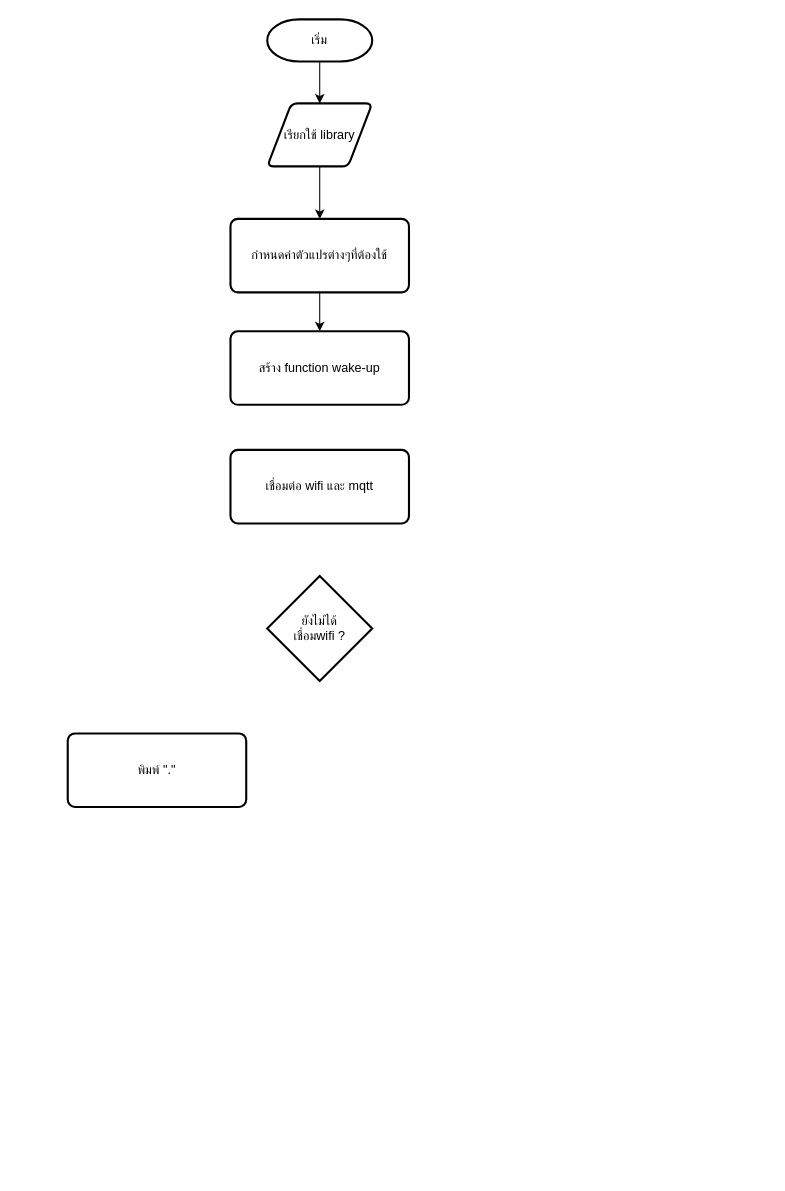
The draw.io diagram Untitled Diagram.drawio in ItsPatthanan/ENGCE122-Project, before the edit. Source tidied: cells renumbered, new cells numbered last; positions are measured from the earlier drawing's top-left corner, leaving out a move shared by most shapes. Both pictures are drawn from the tidied source at 105%, with x=0, y=0 at pixel (67, 19).
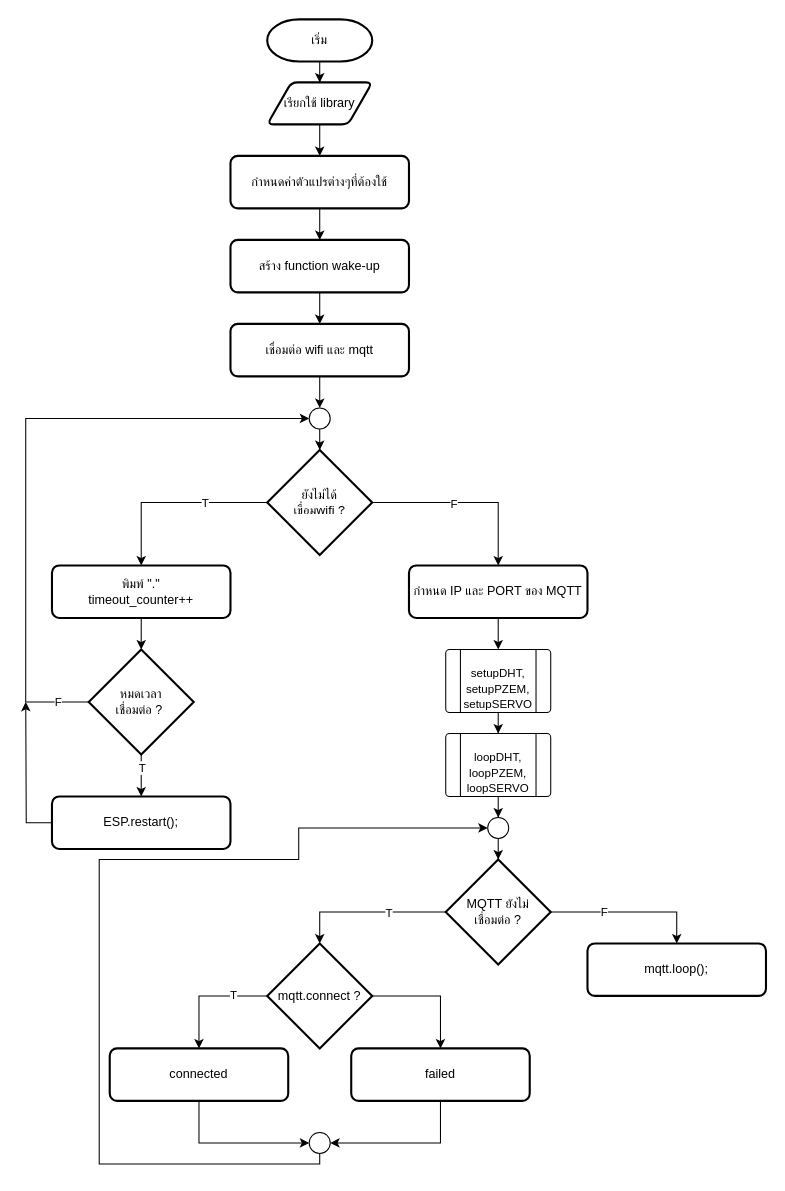
After the change.

The edit, as a diff of the source:
```diff
@@
     <mxCell id="5" value="เรียกใช้&amp;nbsp;library" style="shape=parallelogram;html=1;strokeWidth=2;perimeter=parallelogramPerimeter;whiteSpace=wrap;rounded=1;arcSize=12;size=0.23;" parent="1" vertex="1">
-      <mxGeometry x="190" y="80" width="100" height="60" as="geometry" />
+      <mxGeometry x="190" y="60" width="100" height="40" as="geometry" />
     </mxCell>
@@
     <mxCell id="7" value="กำหนดค่าตัวแปรต่างๆที่ต้องใช้" style="rounded=1;whiteSpace=wrap;html=1;absoluteArcSize=1;arcSize=14;strokeWidth=2;" parent="1" vertex="1">
-      <mxGeometry x="155" y="190" width="170" height="70" as="geometry" />
+      <mxGeometry x="155" y="130" width="170" height="50" as="geometry" />
     </mxCell>
+    <mxCell id="12" style="edgeStyle=orthogonalEdgeStyle;rounded=0;jettySize=auto;html=1;" parent="1" edge="1" source="8" target="9">
+      <mxGeometry relative="1" as="geometry" />
+    </mxCell>
     <mxCell id="8" value="สร้าง function wake-up" style="rounded=1;whiteSpace=wrap;html=1;absoluteArcSize=1;arcSize=14;strokeWidth=2;" parent="1" vertex="1">
-      <mxGeometry x="155" y="297" width="170" height="70" as="geometry" />
+      <mxGeometry x="155" y="210" width="170" height="50" as="geometry" />
     </mxCell>
+    <mxCell id="13" style="edgeStyle=orthogonalEdgeStyle;rounded=0;jettySize=auto;html=1;" parent="1" edge="1" source="9" target="27">
+      <mxGeometry relative="1" as="geometry" />
+    </mxCell>
     <mxCell id="9" value="เชื่อมต่อ wifi และ mqtt" style="rounded=1;whiteSpace=wrap;html=1;absoluteArcSize=1;arcSize=14;strokeWidth=2;" parent="1" vertex="1">
-      <mxGeometry x="155" y="410" width="170" height="70" as="geometry" />
+      <mxGeometry x="155" y="290" width="170" height="50" as="geometry" />
     </mxCell>
+    <mxCell id="14" style="edgeStyle=orthogonalEdgeStyle;rounded=0;jettySize=auto;html=1;exitX=0;exitY=0.5;exitDx=0;exitDy=0;exitPerimeter=0;entryX=0.5;entryY=0;entryDx=0;entryDy=0;" parent="1" edge="1" source="10" target="11">
+      <mxGeometry relative="1" as="geometry" />
+    </mxCell>
+    <mxCell id="15" value="T" style="edgeLabel;html=1;align=center;verticalAlign=middle;" parent="14" vertex="1">
+      <mxGeometry x="-0.6" y="1" relative="1" as="geometry">
+        <mxPoint x="-24" y="-1" as="offset" />
+      </mxGeometry>
+    </mxCell>
+    <mxCell id="16" style="edgeStyle=orthogonalEdgeStyle;rounded=0;jettySize=auto;html=1;entryX=0.5;entryY=0;entryDx=0;entryDy=0;" parent="1" edge="1" source="10" target="29">
+      <mxGeometry relative="1" as="geometry" />
+    </mxCell>
+    <mxCell id="17" value="F" style="edgeLabel;html=1;align=center;verticalAlign=middle;" parent="16" vertex="1">
+      <mxGeometry x="-0.14" y="-1" relative="1" as="geometry" />
+    </mxCell>
     <mxCell id="10" value="ยังไม่ได้&lt;br&gt;เชื่อมwifi ?" style="strokeWidth=2;html=1;shape=mxgraph.flowchart.decision;whiteSpace=wrap;" parent="1" vertex="1">
-      <mxGeometry x="190" y="530" width="100" height="100" as="geometry" />
+      <mxGeometry x="190" y="410" width="100" height="100" as="geometry" />
     </mxCell>
+    <mxCell id="18" style="edgeStyle=orthogonalEdgeStyle;rounded=0;jettySize=auto;html=1;" parent="1" edge="1" source="11" target="23">
+      <mxGeometry relative="1" as="geometry" />
+    </mxCell>
-    <mxCell id="11" value="พิมพ์ &quot;.&quot;" style="rounded=1;whiteSpace=wrap;html=1;absoluteArcSize=1;arcSize=14;strokeWidth=2;" parent="1" vertex="1">
-      <mxGeometry y="680" width="170" height="70" as="geometry" />
+    <mxCell id="11" value="พิมพ์ &quot;.&quot;&lt;br&gt;timeout_counter++" style="rounded=1;whiteSpace=wrap;html=1;absoluteArcSize=1;arcSize=14;strokeWidth=2;" parent="1" vertex="1">
+      <mxGeometry x="-15" y="520" width="170" height="50" as="geometry" />
     </mxCell>
+    <mxCell id="19" style="edgeStyle=orthogonalEdgeStyle;rounded=0;jettySize=auto;html=1;" parent="1" edge="1" source="23" target="25">
+      <mxGeometry relative="1" as="geometry" />
+    </mxCell>
+    <mxCell id="20" value="T" style="edgeLabel;html=1;align=center;verticalAlign=middle;" parent="19" vertex="1">
+      <mxGeometry x="-0.39" y="1" relative="1" as="geometry">
+        <mxPoint x="-1" as="offset" />
+      </mxGeometry>
+    </mxCell>
+    <mxCell id="21" style="edgeStyle=orthogonalEdgeStyle;rounded=0;jettySize=auto;html=1;entryX=0;entryY=0.5;entryDx=0;entryDy=0;entryPerimeter=0;exitX=0;exitY=0.5;exitDx=0;exitDy=0;exitPerimeter=0;" parent="1" edge="1" source="23" target="27">
+      <mxGeometry relative="1" as="geometry">
+        <Array as="points">
+          <mxPoint x="-40" y="650" />
+          <mxPoint x="-40" y="380" />
+        </Array>
+      </mxGeometry>
+    </mxCell>
+    <mxCell id="22" value="F" style="edgeLabel;html=1;align=center;verticalAlign=middle;" parent="21" vertex="1">
+      <mxGeometry x="-0.9" y="-1" relative="1" as="geometry" />
+    </mxCell>
+    <mxCell id="23" value="หมดเวลา&lt;br&gt;เชื่อมต่อ ?&amp;nbsp;" style="strokeWidth=2;html=1;shape=mxgraph.flowchart.decision;whiteSpace=wrap;" parent="1" vertex="1">
+      <mxGeometry x="20" y="600" width="100" height="100" as="geometry" />
+    </mxCell>
+    <mxCell id="24" style="edgeStyle=orthogonalEdgeStyle;rounded=0;jettySize=auto;html=1;" parent="1" edge="1" source="25">
+      <mxGeometry relative="1" as="geometry">
+        <mxPoint x="-40" y="650" as="targetPoint" />
+      </mxGeometry>
+    </mxCell>
+    <mxCell id="25" value="ESP.restart();" style="rounded=1;whiteSpace=wrap;html=1;absoluteArcSize=1;arcSize=14;strokeWidth=2;" parent="1" vertex="1">
+      <mxGeometry x="-15" y="740" width="170" height="50" as="geometry" />
+    </mxCell>
+    <mxCell id="26" style="edgeStyle=orthogonalEdgeStyle;rounded=0;jettySize=auto;html=1;" parent="1" edge="1" source="27" target="10">
+      <mxGeometry relative="1" as="geometry" />
+    </mxCell>
+    <mxCell id="27" style="verticalLabelPosition=bottom;verticalAlign=top;html=1;shape=mxgraph.flowchart.on-page_reference;" parent="1" vertex="1">
+      <mxGeometry x="230" y="370" width="20" height="20" as="geometry" />
+    </mxCell>
+    <mxCell id="28" style="edgeStyle=orthogonalEdgeStyle;rounded=0;jettySize=auto;html=1;" parent="1" edge="1" source="29" target="32">
+      <mxGeometry relative="1" as="geometry" />
+    </mxCell>
+    <mxCell id="29" value="กำหนด IP และ PORT ของ MQTT" style="rounded=1;whiteSpace=wrap;html=1;absoluteArcSize=1;arcSize=14;strokeWidth=2;" parent="1" vertex="1">
+      <mxGeometry x="325" y="520" width="170" height="50" as="geometry" />
+    </mxCell>
+    <mxCell id="30" style="edgeStyle=orthogonalEdgeStyle;rounded=0;jettySize=auto;html=1;" parent="1" edge="1" source="31" target="35">
+      <mxGeometry relative="1" as="geometry" />
+    </mxCell>
+    <mxCell id="31" style="verticalLabelPosition=bottom;verticalAlign=top;html=1;shape=process;whiteSpace=wrap;rounded=1;size=0.14;arcSize=6;" parent="1" vertex="1">
+      <mxGeometry x="360" y="600" width="100" height="60" as="geometry" />
+    </mxCell>
+    <mxCell id="32" value="&lt;font style=&quot;font-size: 11px;&quot;&gt;&lt;br style=&quot;border-color: var(--border-color);&quot;&gt;&lt;span style=&quot;border-color: var(--border-color);&quot;&gt;setupDHT,&lt;/span&gt;&lt;br style=&quot;border-color: var(--border-color);&quot;&gt;&lt;span style=&quot;border-color: var(--border-color);&quot;&gt;setupPZEM,&lt;/span&gt;&lt;br style=&quot;border-color: var(--border-color);&quot;&gt;&lt;span style=&quot;border-color: var(--border-color);&quot;&gt;setupSERVO&lt;/span&gt;&lt;/font&gt;" style="text;strokeColor=none;align=center;fillColor=none;html=1;verticalAlign=middle;whiteSpace=wrap;rounded=0;" parent="1" vertex="1">
+      <mxGeometry x="375" y="600" width="70" height="60" as="geometry" />
+    </mxCell>
+    <mxCell id="33" style="verticalLabelPosition=bottom;verticalAlign=top;html=1;shape=process;whiteSpace=wrap;rounded=1;size=0.14;arcSize=6;" parent="1" vertex="1">
+      <mxGeometry x="360" y="680" width="100" height="60" as="geometry" />
+    </mxCell>
+    <mxCell id="34" style="edgeStyle=orthogonalEdgeStyle;rounded=0;jettySize=auto;html=1;" parent="1" edge="1" source="52" target="38">
+      <mxGeometry relative="1" as="geometry" />
+    </mxCell>
+    <mxCell id="35" value="&lt;font style=&quot;font-size: 11px;&quot;&gt;&lt;br style=&quot;border-color: var(--border-color);&quot;&gt;&lt;span style=&quot;border-color: var(--border-color);&quot;&gt;loopDHT,&lt;/span&gt;&lt;br style=&quot;border-color: var(--border-color);&quot;&gt;&lt;span style=&quot;border-color: var(--border-color);&quot;&gt;loopPZEM,&lt;/span&gt;&lt;br style=&quot;border-color: var(--border-color);&quot;&gt;&lt;span style=&quot;border-color: var(--border-color);&quot;&gt;loopSERVO&lt;/span&gt;&lt;/font&gt;" style="text;strokeColor=none;align=center;fillColor=none;html=1;verticalAlign=middle;whiteSpace=wrap;rounded=0;" parent="1" vertex="1">
+      <mxGeometry x="375" y="680" width="70" height="60" as="geometry" />
+    </mxCell>
+    <mxCell id="36" style="edgeStyle=orthogonalEdgeStyle;rounded=0;jettySize=auto;html=1;exitX=1;exitY=0.5;exitDx=0;exitDy=0;exitPerimeter=0;entryX=0.5;entryY=0;entryDx=0;entryDy=0;" parent="1" edge="1" source="38" target="39">
+      <mxGeometry relative="1" as="geometry" />
+    </mxCell>
+    <mxCell id="37" value="F" style="edgeLabel;html=1;align=center;verticalAlign=middle;" parent="36" vertex="1">
+      <mxGeometry x="-0.33" y="1" relative="1" as="geometry" />
+    </mxCell>
+    <mxCell id="38" value="MQTT ยังไม่&lt;br&gt;เชื่อมต่อ ?" style="strokeWidth=2;html=1;shape=mxgraph.flowchart.decision;whiteSpace=wrap;" parent="1" vertex="1">
+      <mxGeometry x="360" y="800" width="100" height="100" as="geometry" />
+    </mxCell>
+    <mxCell id="39" value="mqtt.loop();" style="rounded=1;whiteSpace=wrap;html=1;absoluteArcSize=1;arcSize=14;strokeWidth=2;" parent="1" vertex="1">
+      <mxGeometry x="495" y="880" width="170" height="50" as="geometry" />
+    </mxCell>
+    <mxCell id="40" style="edgeStyle=orthogonalEdgeStyle;rounded=0;jettySize=auto;html=1;entryX=0.5;entryY=0;entryDx=0;entryDy=0;" parent="1" edge="1" source="43" target="46">
+      <mxGeometry relative="1" as="geometry">
+        <Array as="points">
+          <mxPoint x="125" y="930" />
+        </Array>
+      </mxGeometry>
+    </mxCell>
+    <mxCell id="41" value="T" style="edgeLabel;html=1;align=center;verticalAlign=middle;" parent="40" vertex="1">
+      <mxGeometry x="-0.42" y="-2" relative="1" as="geometry" />
+    </mxCell>
+    <mxCell id="42" style="edgeStyle=orthogonalEdgeStyle;rounded=0;jettySize=auto;html=1;entryX=0.5;entryY=0;entryDx=0;entryDy=0;" parent="1" edge="1" source="43" target="47">
+      <mxGeometry relative="1" as="geometry">
+        <Array as="points">
+          <mxPoint x="355" y="930" />
+        </Array>
+      </mxGeometry>
+    </mxCell>
+    <mxCell id="43" value="mqtt.connect ?" style="strokeWidth=2;html=1;shape=mxgraph.flowchart.decision;whiteSpace=wrap;" parent="1" vertex="1">
+      <mxGeometry x="190" y="880" width="100" height="100" as="geometry" />
+    </mxCell>
+    <mxCell id="44" style="edgeStyle=orthogonalEdgeStyle;rounded=0;jettySize=auto;html=1;entryX=0.5;entryY=0;entryDx=0;entryDy=0;entryPerimeter=0;" parent="1" edge="1" source="38" target="43">
+      <mxGeometry relative="1" as="geometry" />
+    </mxCell>
+    <mxCell id="45" value="T" style="edgeLabel;html=1;align=center;verticalAlign=middle;" parent="44" vertex="1">
+      <mxGeometry x="-0.27" relative="1" as="geometry" />
+    </mxCell>
+    <mxCell id="46" value="connected" style="rounded=1;whiteSpace=wrap;html=1;absoluteArcSize=1;arcSize=14;strokeWidth=2;" parent="1" vertex="1">
+      <mxGeometry x="40" y="980" width="170" height="50" as="geometry" />
+    </mxCell>
+    <mxCell id="47" value="failed" style="rounded=1;whiteSpace=wrap;html=1;absoluteArcSize=1;arcSize=14;strokeWidth=2;" parent="1" vertex="1">
+      <mxGeometry x="270" y="980" width="170" height="50" as="geometry" />
+    </mxCell>
+    <mxCell id="48" style="edgeStyle=orthogonalEdgeStyle;rounded=0;jettySize=auto;html=1;entryX=0;entryY=0.5;entryDx=0;entryDy=0;entryPerimeter=0;" parent="1" edge="1" source="49" target="52">
+      <mxGeometry relative="1" as="geometry">
+        <Array as="points">
+          <mxPoint x="240" y="1090" />
+          <mxPoint x="30" y="1090" />
+          <mxPoint x="30" y="800" />
+          <mxPoint x="220" y="800" />
+          <mxPoint x="220" y="770" />
+        </Array>
+      </mxGeometry>
+    </mxCell>
+    <mxCell id="49" style="verticalLabelPosition=bottom;verticalAlign=top;html=1;shape=mxgraph.flowchart.on-page_reference;" parent="1" vertex="1">
+      <mxGeometry x="230" y="1060" width="20" height="20" as="geometry" />
+    </mxCell>
+    <mxCell id="50" style="edgeStyle=orthogonalEdgeStyle;rounded=0;jettySize=auto;html=1;entryX=0;entryY=0.5;entryDx=0;entryDy=0;entryPerimeter=0;" parent="1" edge="1" source="46" target="49">
+      <mxGeometry relative="1" as="geometry">
+        <Array as="points">
+          <mxPoint x="125" y="1070" />
+        </Array>
+      </mxGeometry>
+    </mxCell>
+    <mxCell id="51" style="edgeStyle=orthogonalEdgeStyle;rounded=0;jettySize=auto;html=1;" parent="1" edge="1" source="35" target="52">
+      <mxGeometry relative="1" as="geometry" />
+    </mxCell>
+    <mxCell id="52" style="verticalLabelPosition=bottom;verticalAlign=top;html=1;shape=mxgraph.flowchart.on-page_reference;" parent="1" vertex="1">
+      <mxGeometry x="400" y="760" width="20" height="20" as="geometry" />
+    </mxCell>
+    <mxCell id="53" style="edgeStyle=orthogonalEdgeStyle;rounded=0;jettySize=auto;html=1;entryX=1;entryY=0.5;entryDx=0;entryDy=0;entryPerimeter=0;" parent="1" edge="1" source="47" target="49">
+      <mxGeometry relative="1" as="geometry">
+        <Array as="points">
+          <mxPoint x="355" y="1070" />
+        </Array>
+      </mxGeometry>
+    </mxCell>
```
